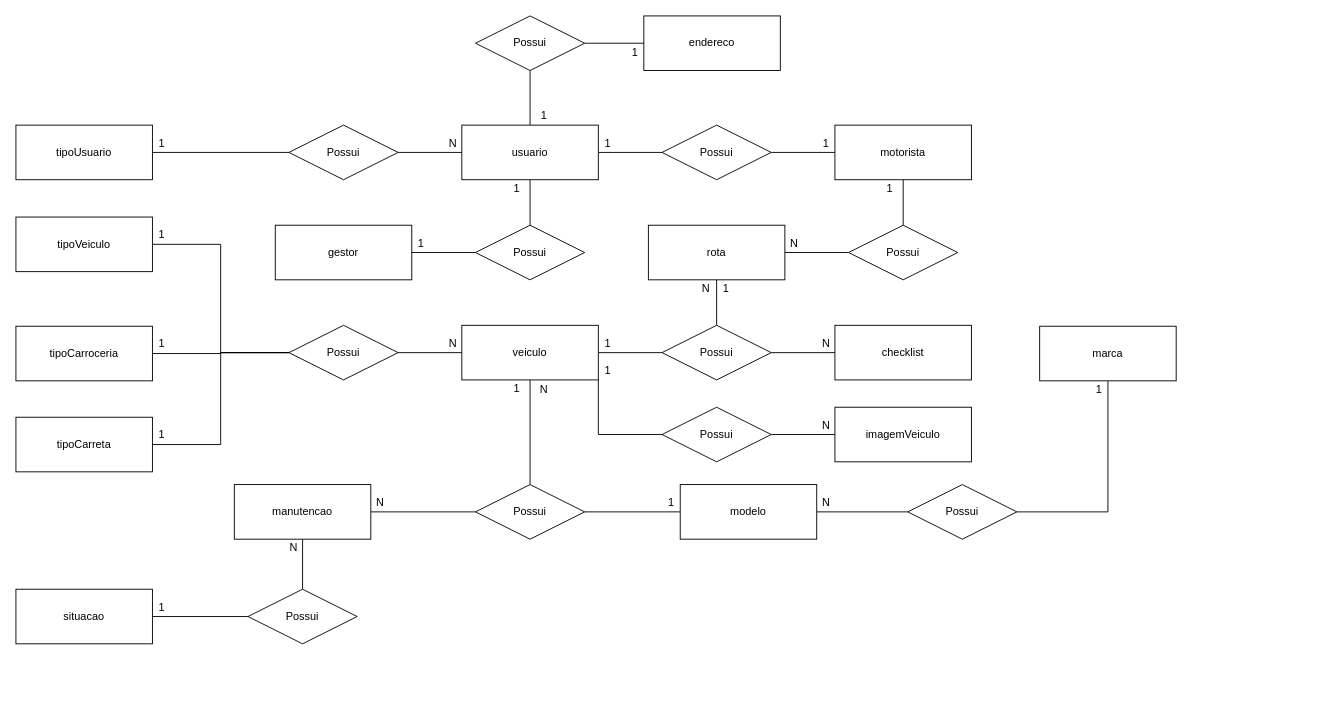
Earlier version of the draw.io diagram page "modelo-conceitual" (2 of 2) of Banco de dados/Modelagens/Loggex.drawio (Loggex/Backend-Loggex). Source tidied: cells renumbered, new cells numbered last; positions are measured from the earlier drawing's top-left corner, leaving out a move shared by most shapes. Both pictures are drawn from the tidied source at 91%, with x=0, y=0 at pixel (15, 15).
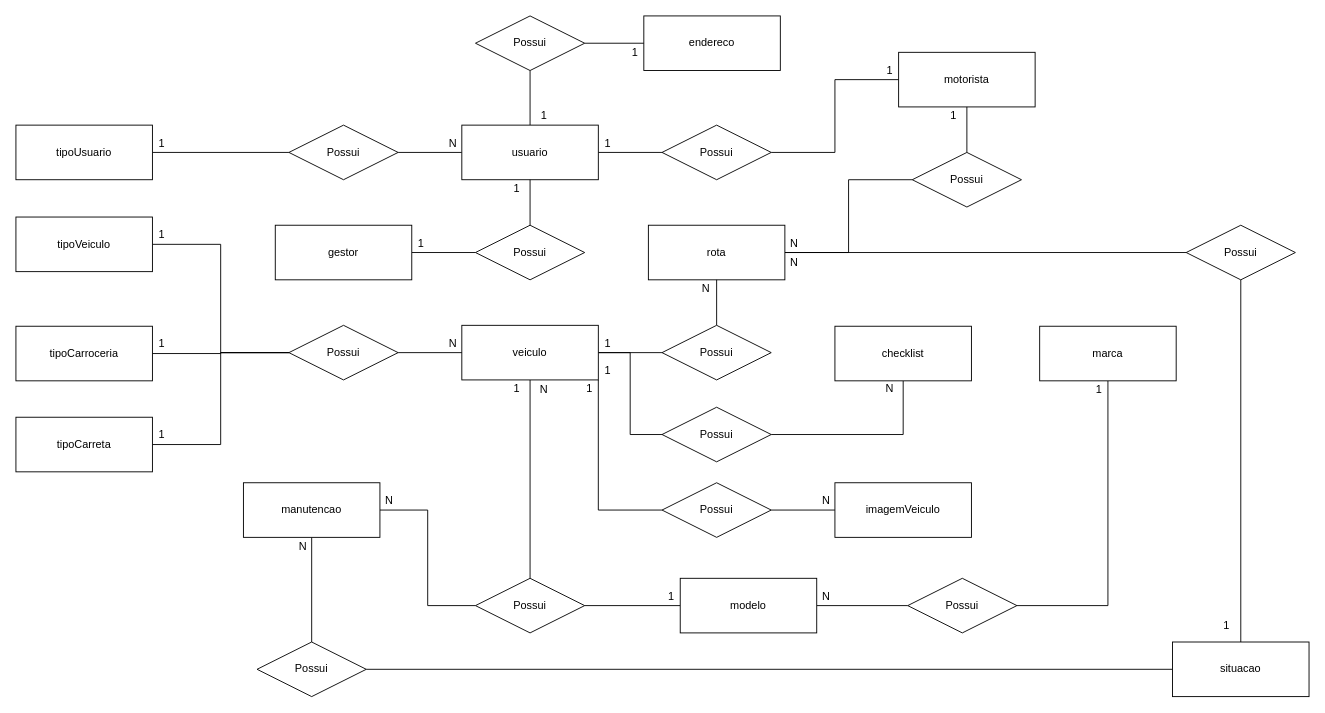
The same page after the edit.

Unchanged cells that the change refers to:
```xml
<mxCell id="5" value="veiculo" style="whiteSpace=wrap;html=1;align=center;" parent="1" vertex="1">
  <mxGeometry x="490" y="340" width="150" height="60" as="geometry" />
</mxCell>
<mxCell id="17" value="rota" style="whiteSpace=wrap;html=1;align=center;" parent="1" vertex="1">
  <mxGeometry x="695" y="230" width="150" height="60" as="geometry" />
</mxCell>
<mxCell id="38" value="Possui" style="shape=rhombus;perimeter=rhombusPerimeter;whiteSpace=wrap;html=1;align=center;" parent="1" vertex="1">
  <mxGeometry x="710" y="340" width="120" height="60" as="geometry" />
</mxCell>
```

The edit, as a diff of the source:
```diff
@@
+    <mxCell id="83" style="edgeStyle=orthogonalEdgeStyle;rounded=0;jumpStyle=gap;jumpSize=11;jettySize=auto;html=1;exitX=1;exitY=0.5;exitDx=0;exitDy=0;entryX=0;entryY=0.5;entryDx=0;entryDy=0;endArrow=none;endFill=0;" parent="1" edge="1" source="5" target="87">
+      <mxGeometry relative="1" as="geometry" />
+    </mxCell>
@@
     <mxCell id="10" value="motorista" style="whiteSpace=wrap;html=1;align=center;" parent="1" vertex="1">
-      <mxGeometry x="900" y="120" width="150" height="60" as="geometry" />
+      <mxGeometry x="970" y="40" width="150" height="60" as="geometry" />
     </mxCell>
@@
+    <mxCell id="84" style="edgeStyle=orthogonalEdgeStyle;rounded=0;jumpStyle=gap;jumpSize=11;jettySize=auto;html=1;exitX=1;exitY=0.5;exitDx=0;exitDy=0;entryX=0;entryY=0.5;entryDx=0;entryDy=0;endArrow=none;endFill=0;" parent="1" edge="1" source="17" target="91">
+      <mxGeometry relative="1" as="geometry" />
+    </mxCell>
@@
+    <mxCell id="19" style="edgeStyle=orthogonalEdgeStyle;rounded=0;jettySize=auto;html=1;exitX=0.5;exitY=1;exitDx=0;exitDy=0;entryX=0.5;entryY=0;entryDx=0;entryDy=0;endArrow=none;endFill=0;" parent="1" edge="1" source="20" target="60">
+      <mxGeometry relative="1" as="geometry" />
+    </mxCell>
-    <mxCell id="18" style="edgeStyle=orthogonalEdgeStyle;rounded=0;jettySize=auto;html=1;exitX=1;exitY=0.5;exitDx=0;exitDy=0;entryX=0;entryY=0.5;entryDx=0;entryDy=0;endArrow=none;endFill=0;" parent="1" edge="1" source="20" target="48">
+    <mxCell id="18" style="edgeStyle=orthogonalEdgeStyle;rounded=0;jumpStyle=gap;jumpSize=11;jettySize=auto;html=1;exitX=1;exitY=0.5;exitDx=0;exitDy=0;entryX=0;entryY=0.5;entryDx=0;entryDy=0;endArrow=none;endFill=0;" parent="1" edge="1" source="20" target="48">
       <mxGeometry relative="1" as="geometry" />
     </mxCell>
-    <mxCell id="19" style="edgeStyle=orthogonalEdgeStyle;rounded=0;jettySize=auto;html=1;exitX=0.5;exitY=1;exitDx=0;exitDy=0;entryX=0.5;entryY=0;entryDx=0;entryDy=0;endArrow=none;endFill=0;" parent="1" edge="1" source="20" target="60">
-      <mxGeometry relative="1" as="geometry" />
-    </mxCell>
     <mxCell id="20" value="manutencao" style="whiteSpace=wrap;html=1;align=center;" parent="1" vertex="1">
-      <mxGeometry x="240" y="515" width="150" height="60" as="geometry" />
+      <mxGeometry x="250" y="513" width="150" height="60" as="geometry" />
     </mxCell>
-    <mxCell id="21" value="checklist" style="whiteSpace=wrap;html=1;align=center;" parent="1" vertex="1">
-      <mxGeometry x="900" y="340" width="150" height="60" as="geometry" />
-    </mxCell>
@@
     <mxCell id="32" value="1" style="text;html=1;align=center;verticalAlign=middle;strokeColor=none;fillColor=none;" parent="1" vertex="1">
-      <mxGeometry x="880" y="130" width="20" height="20" as="geometry" />
+      <mxGeometry x="950" y="50" width="20" height="20" as="geometry" />
     </mxCell>
@@
-    <mxCell id="37" style="edgeStyle=orthogonalEdgeStyle;rounded=0;jettySize=auto;html=1;exitX=1;exitY=0.5;exitDx=0;exitDy=0;entryX=0;entryY=0.5;entryDx=0;entryDy=0;endArrow=none;endFill=0;" parent="1" edge="1" source="38" target="21">
-      <mxGeometry relative="1" as="geometry" />
-    </mxCell>
@@
     <mxCell id="40" value="Possui" style="shape=rhombus;perimeter=rhombusPerimeter;whiteSpace=wrap;html=1;align=center;" parent="1" vertex="1">
-      <mxGeometry x="915" y="230" width="120" height="60" as="geometry" />
+      <mxGeometry x="985" y="150" width="120" height="60" as="geometry" />
     </mxCell>
@@
     <mxCell id="43" value="1" style="text;html=1;align=center;verticalAlign=middle;strokeColor=none;fillColor=none;" parent="1" vertex="1">
-      <mxGeometry x="950" y="180" width="20" height="20" as="geometry" />
+      <mxGeometry x="1020" y="100" width="20" height="20" as="geometry" />
     </mxCell>
@@
     <mxCell id="48" value="Possui" style="shape=rhombus;perimeter=rhombusPerimeter;whiteSpace=wrap;html=1;align=center;" parent="1" vertex="1">
-      <mxGeometry x="505" y="515" width="120" height="60" as="geometry" />
+      <mxGeometry x="505" y="618" width="120" height="60" as="geometry" />
     </mxCell>
@@
     <mxCell id="50" value="N" style="text;html=1;align=center;verticalAlign=middle;strokeColor=none;fillColor=none;" parent="1" vertex="1">
-      <mxGeometry x="390" y="525" width="20" height="20" as="geometry" />
+      <mxGeometry x="400" y="523" width="20" height="20" as="geometry" />
     </mxCell>
-    <mxCell id="51" value="1" style="text;html=1;align=center;verticalAlign=middle;strokeColor=none;fillColor=none;" parent="1" vertex="1">
-      <mxGeometry x="770" y="290" width="20" height="20" as="geometry" />
-    </mxCell>
-    <mxCell id="52" value="N" style="text;html=1;align=center;verticalAlign=middle;strokeColor=none;fillColor=none;" parent="1" vertex="1">
-      <mxGeometry x="880" y="350" width="20" height="20" as="geometry" />
-    </mxCell>
@@
+    <mxCell id="85" style="edgeStyle=orthogonalEdgeStyle;rounded=0;jumpStyle=gap;jumpSize=11;jettySize=auto;html=1;exitX=1;exitY=0.5;exitDx=0;exitDy=0;entryX=0;entryY=0.5;entryDx=0;entryDy=0;endArrow=none;endFill=0;" parent="1" edge="1" source="60" target="62">
+      <mxGeometry relative="1" as="geometry" />
+    </mxCell>
     <mxCell id="60" value="Possui" style="shape=rhombus;perimeter=rhombusPerimeter;whiteSpace=wrap;html=1;align=center;" parent="1" vertex="1">
-      <mxGeometry x="255" y="630" width="120" height="60" as="geometry" />
+      <mxGeometry x="265" y="688" width="120" height="60" as="geometry" />
     </mxCell>
-    <mxCell id="61" style="edgeStyle=orthogonalEdgeStyle;rounded=0;jettySize=auto;html=1;exitX=1;exitY=0.5;exitDx=0;exitDy=0;entryX=0;entryY=0.5;entryDx=0;entryDy=0;endArrow=none;endFill=0;" parent="1" edge="1" source="62" target="60">
-      <mxGeometry relative="1" as="geometry" />
-    </mxCell>
     <mxCell id="62" value="situacao" style="whiteSpace=wrap;html=1;align=center;" parent="1" vertex="1">
-      <mxGeometry y="630" width="150" height="60" as="geometry" />
+      <mxGeometry x="1271" y="688" width="150" height="60" as="geometry" />
     </mxCell>
-    <mxCell id="63" value="1" style="text;html=1;align=center;verticalAlign=middle;strokeColor=none;fillColor=none;" parent="1" vertex="1">
-      <mxGeometry x="150" y="640" width="20" height="20" as="geometry" />
-    </mxCell>
     <mxCell id="64" value="N" style="text;html=1;align=center;verticalAlign=middle;strokeColor=none;fillColor=none;" parent="1" vertex="1">
-      <mxGeometry x="295" y="575" width="20" height="20" as="geometry" />
+      <mxGeometry x="305" y="573" width="20" height="20" as="geometry" />
     </mxCell>
@@
     <mxCell id="66" value="modelo" style="whiteSpace=wrap;html=1;align=center;" parent="1" vertex="1">
-      <mxGeometry x="730" y="515" width="150" height="60" as="geometry" />
+      <mxGeometry x="730" y="618" width="150" height="60" as="geometry" />
     </mxCell>
@@
     <mxCell id="68" value="Possui" style="shape=rhombus;perimeter=rhombusPerimeter;whiteSpace=wrap;html=1;align=center;" parent="1" vertex="1">
-      <mxGeometry x="980" y="515" width="120" height="60" as="geometry" />
+      <mxGeometry x="980" y="618" width="120" height="60" as="geometry" />
     </mxCell>
@@
     <mxCell id="71" value="1" style="text;html=1;align=center;verticalAlign=middle;strokeColor=none;fillColor=none;" parent="1" vertex="1">
-      <mxGeometry x="710" y="525" width="20" height="20" as="geometry" />
+      <mxGeometry x="710" y="628" width="20" height="20" as="geometry" />
     </mxCell>
     <mxCell id="72" value="N" style="text;html=1;align=center;verticalAlign=middle;strokeColor=none;fillColor=none;" parent="1" vertex="1">
-      <mxGeometry x="880" y="525" width="20" height="20" as="geometry" />
+      <mxGeometry x="880" y="628" width="20" height="20" as="geometry" />
     </mxCell>
@@
     <mxCell id="75" value="Possui" style="shape=rhombus;perimeter=rhombusPerimeter;whiteSpace=wrap;html=1;align=center;" parent="1" vertex="1">
-      <mxGeometry x="710" y="430" width="120" height="60" as="geometry" />
+      <mxGeometry x="710" y="513" width="120" height="60" as="geometry" />
     </mxCell>
     <mxCell id="76" value="imagemVeiculo" style="whiteSpace=wrap;html=1;align=center;" parent="1" vertex="1">
-      <mxGeometry x="900" y="430" width="150" height="60" as="geometry" />
+      <mxGeometry x="900" y="513" width="150" height="60" as="geometry" />
     </mxCell>
     <mxCell id="77" value="N" style="text;html=1;align=center;verticalAlign=middle;strokeColor=none;fillColor=none;" parent="1" vertex="1">
-      <mxGeometry x="880" y="440" width="20" height="20" as="geometry" />
+      <mxGeometry x="880" y="523" width="20" height="20" as="geometry" />
     </mxCell>
@@
+    <mxCell id="86" style="edgeStyle=orthogonalEdgeStyle;rounded=0;jumpStyle=gap;jumpSize=11;jettySize=auto;html=1;exitX=1;exitY=0.5;exitDx=0;exitDy=0;entryX=0.5;entryY=1;entryDx=0;entryDy=0;endArrow=none;endFill=0;" parent="1" edge="1" source="87" target="21">
+      <mxGeometry relative="1" as="geometry" />
+    </mxCell>
+    <mxCell id="87" value="Possui" style="shape=rhombus;perimeter=rhombusPerimeter;whiteSpace=wrap;html=1;align=center;" parent="1" vertex="1">
+      <mxGeometry x="710" y="430" width="120" height="60" as="geometry" />
+    </mxCell>
+    <mxCell id="21" value="checklist" style="whiteSpace=wrap;html=1;align=center;" parent="1" vertex="1">
+      <mxGeometry x="900" y="341" width="150" height="60" as="geometry" />
+    </mxCell>
+    <mxCell id="88" value="N" style="text;html=1;align=center;verticalAlign=middle;strokeColor=none;fillColor=none;" parent="1" vertex="1">
+      <mxGeometry x="950" y="400" width="20" height="20" as="geometry" />
+    </mxCell>
+    <mxCell id="89" value="1" style="text;html=1;align=center;verticalAlign=middle;strokeColor=none;fillColor=none;" parent="1" vertex="1">
+      <mxGeometry x="620" y="400" width="20" height="20" as="geometry" />
+    </mxCell>
+    <mxCell id="90" style="edgeStyle=orthogonalEdgeStyle;rounded=0;jumpStyle=gap;jumpSize=11;jettySize=auto;html=1;exitX=0.5;exitY=1;exitDx=0;exitDy=0;entryX=0.5;entryY=0;entryDx=0;entryDy=0;endArrow=none;endFill=0;" parent="1" edge="1" source="91" target="62">
+      <mxGeometry relative="1" as="geometry" />
+    </mxCell>
+    <mxCell id="91" value="Possui" style="shape=rhombus;perimeter=rhombusPerimeter;whiteSpace=wrap;html=1;align=center;" parent="1" vertex="1">
+      <mxGeometry x="1286" y="230" width="120" height="60" as="geometry" />
+    </mxCell>
+    <mxCell id="92" value="N" style="text;html=1;align=center;verticalAlign=middle;strokeColor=none;fillColor=none;" parent="1" vertex="1">
+      <mxGeometry x="845" y="261" width="20" height="20" as="geometry" />
+    </mxCell>
+    <mxCell id="93" value="1" style="text;html=1;align=center;verticalAlign=middle;strokeColor=none;fillColor=none;" parent="1" vertex="1">
+      <mxGeometry x="1320" y="660" width="20" height="20" as="geometry" />
+    </mxCell>
```
